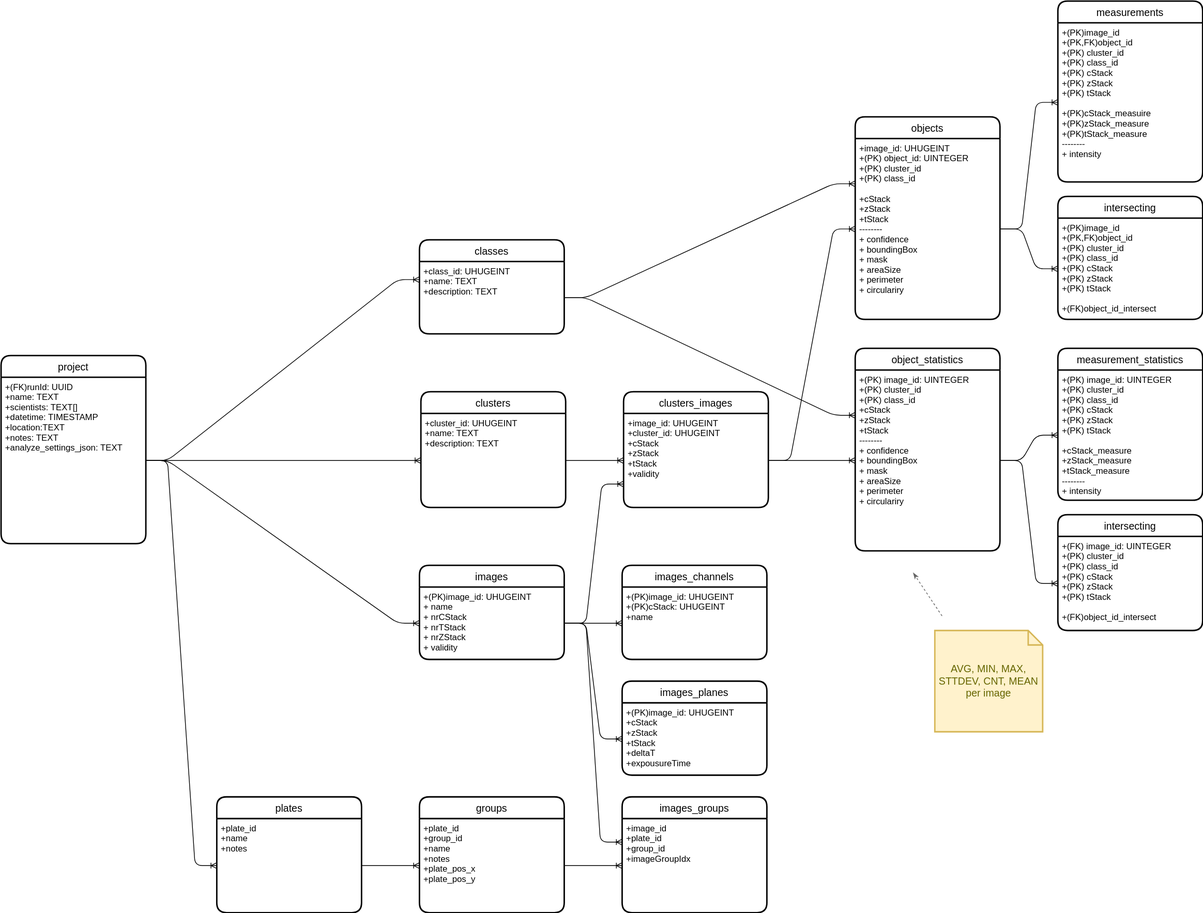
Above: doc/database_schema_new.drawio.svg in joda01/imagec (draw.io), before the change. Source tidied: cells renumbered, new cells last; positions are measured from the earlier drawing's top-left corner, leaving out a move shared by most shapes.
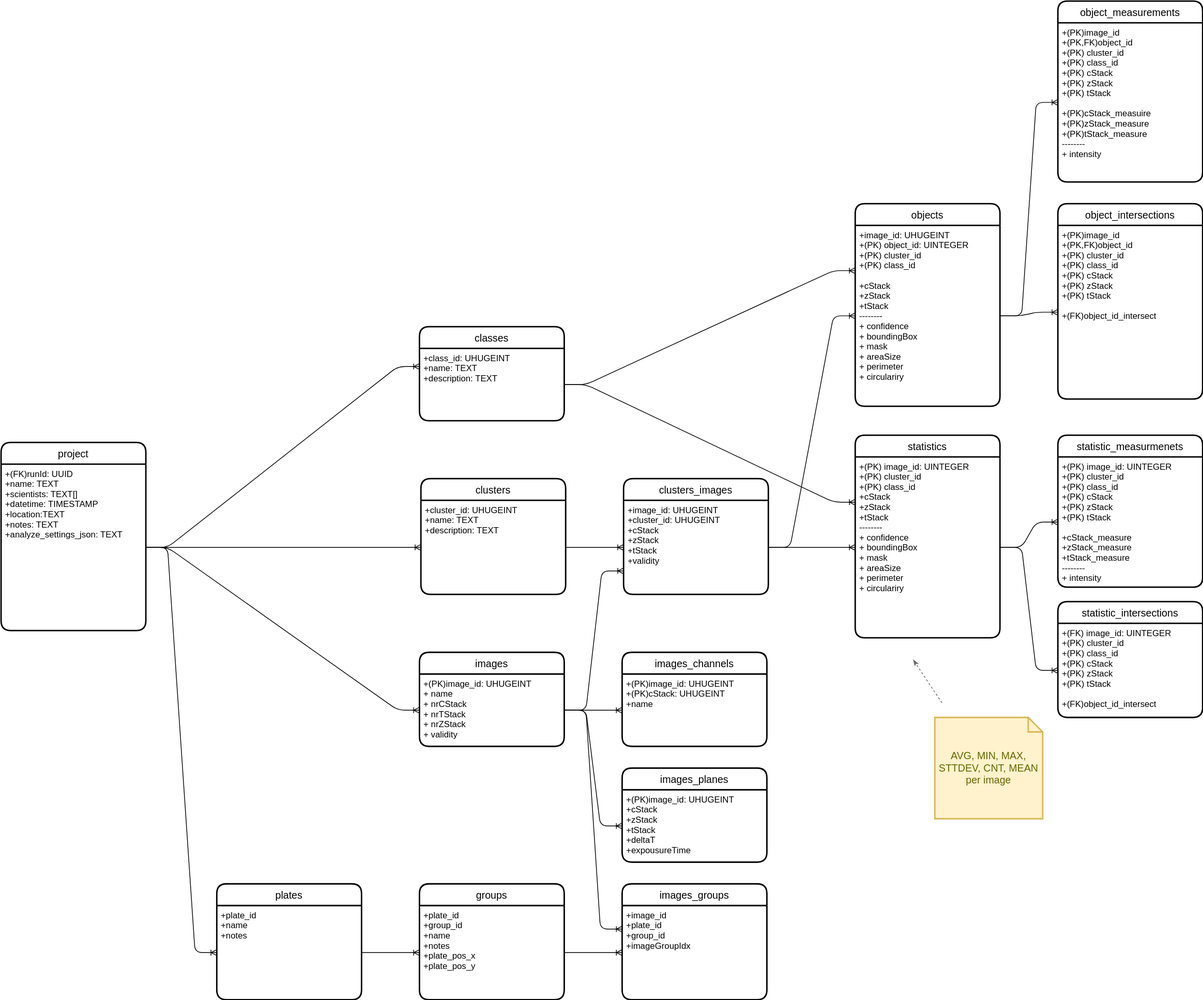
Later version of the same file.

Change to the diagram source:
```diff
@@ -20,8 +20,8 @@
     <mxCell id="7" value="+(FK)runId: UUID&#10;+name: TEXT&#10;+scientists: TEXT[]&#10;+datetime: TIMESTAMP&#10;+location:TEXT&#10;+notes: TEXT&#10;+analyze_settings_json: TEXT" style="align=left;strokeColor=none;fillColor=none;spacingLeft=4;fontSize=12;verticalAlign=top;fontStyle=0;" parent="6" vertex="1">
       <mxGeometry y="30" width="200" height="230" as="geometry" />
     </mxCell>
-    <mxCell id="8" value="measurements" style="swimlane;horizontal=1;startSize=30;rounded=1;fontSize=14;fontStyle=0;strokeWidth=2;shadow=0;dashed=0;align=center;" parent="1" vertex="1">
-      <mxGeometry x="1460" width="200" height="250" as="geometry" />
+    <mxCell id="8" value="object_measurements" style="swimlane;horizontal=1;startSize=30;rounded=1;fontSize=14;fontStyle=0;strokeWidth=2;shadow=0;dashed=0;align=center;" parent="1" vertex="1">
+      <mxGeometry x="1460" y="-120" width="200" height="250" as="geometry" />
     </mxCell>
     <mxCell id="9" value="+(PK)image_id&#10;+(PK,FK)object_id&#10;+(PK) cluster_id&#10;+(PK) class_id&#10;+(PK) cStack&#10;+(PK) zStack&#10;+(PK) tStack&#10;&#10;+(PK)cStack_measuire&#10;+(PK)zStack_measure&#10;+(PK)tStack_measure&#10;--------&#10;+ intensity" style="align=left;strokeColor=none;fillColor=none;spacingLeft=4;fontSize=12;verticalAlign=top;" parent="8" vertex="1">
       <mxGeometry y="30" width="200" height="220" as="geometry" />
@@ -86,13 +86,13 @@
     <mxCell id="29" style="edgeStyle=entityRelationEdgeStyle;fontSize=12;html=1;endArrow=ERoneToMany;exitX=1;exitY=0.5;exitDx=0;exitDy=0;entryX=0;entryY=0.25;entryDx=0;entryDy=0;" parent="1" edge="1" source="3" target="27">
       <mxGeometry relative="1" as="geometry" />
     </mxCell>
-    <mxCell id="30" value="object_statistics" style="swimlane;horizontal=1;startSize=30;rounded=1;fontSize=14;fontStyle=0;strokeWidth=2;shadow=0;dashed=0;align=center;" parent="1" vertex="1">
+    <mxCell id="30" value="statistics" style="swimlane;horizontal=1;startSize=30;rounded=1;fontSize=14;fontStyle=0;strokeWidth=2;shadow=0;dashed=0;align=center;" parent="1" vertex="1">
       <mxGeometry x="1180" y="480" width="200" height="280" as="geometry" />
     </mxCell>
     <mxCell id="31" value="+(PK) image_id: UINTEGER&#10;+(PK) cluster_id&#10;+(PK) class_id&#10;+cStack&#10;+zStack&#10;+tStack&#10;--------&#10;+ confidence&#10;+ boundingBox&#10;+ mask&#10;+ areaSize&#10;+ perimeter&#10;+ circulariry" style="align=left;strokeColor=none;fillColor=none;spacingLeft=4;fontSize=12;verticalAlign=top;" parent="30" vertex="1">
       <mxGeometry y="30" width="200" height="250" as="geometry" />
     </mxCell>
-    <mxCell id="32" value="measurement_statistics" style="swimlane;horizontal=1;startSize=30;rounded=1;fontSize=14;fontStyle=0;strokeWidth=2;shadow=0;dashed=0;align=center;" parent="1" vertex="1">
+    <mxCell id="32" value="statistic_measurmenets" style="swimlane;horizontal=1;startSize=30;rounded=1;fontSize=14;fontStyle=0;strokeWidth=2;shadow=0;dashed=0;align=center;" parent="1" vertex="1">
       <mxGeometry x="1460" y="480" width="200" height="210" as="geometry" />
     </mxCell>
     <mxCell id="33" value="+(PK) image_id: UINTEGER&#10;+(PK) cluster_id&#10;+(PK) class_id&#10;+(PK) cStack&#10;+(PK) zStack&#10;+(PK) tStack&#10;&#10;+cStack_measure&#10;+zStack_measure&#10;+tStack_measure&#10;--------&#10;+ intensity&#10;" style="align=left;strokeColor=none;fillColor=none;spacingLeft=4;fontSize=12;verticalAlign=top;" parent="32" vertex="1">
@@ -146,16 +146,16 @@
     <mxCell id="48" style="edgeStyle=entityRelationEdgeStyle;fontSize=12;html=1;endArrow=ERoneToMany;exitX=1;exitY=0.5;exitDx=0;exitDy=0;entryX=0;entryY=0.5;entryDx=0;entryDy=0;" parent="1" edge="1" source="7" target="36">
       <mxGeometry relative="1" as="geometry" />
     </mxCell>
-    <mxCell id="49" value="intersecting" style="swimlane;horizontal=1;startSize=30;rounded=1;fontSize=14;fontStyle=0;strokeWidth=2;shadow=0;dashed=0;align=center;" parent="1" vertex="1">
-      <mxGeometry x="1460" y="270" width="200" height="170" as="geometry" />
+    <mxCell id="49" value="object_intersections" style="swimlane;horizontal=1;startSize=30;rounded=1;fontSize=14;fontStyle=0;strokeWidth=2;shadow=0;dashed=0;align=center;" parent="1" vertex="1">
+      <mxGeometry x="1460" y="160" width="200" height="270" as="geometry" />
     </mxCell>
     <mxCell id="50" value="+(PK)image_id&#10;+(PK,FK)object_id&#10;+(PK) cluster_id&#10;+(PK) class_id&#10;+(PK) cStack&#10;+(PK) zStack&#10;+(PK) tStack&#10;&#10;+(FK)object_id_intersect" style="align=left;strokeColor=none;fillColor=none;spacingLeft=4;fontSize=12;verticalAlign=top;" parent="49" vertex="1">
-      <mxGeometry y="30" width="200" height="140" as="geometry" />
+      <mxGeometry y="30" width="200" height="240" as="geometry" />
     </mxCell>
     <mxCell id="51" style="edgeStyle=entityRelationEdgeStyle;fontSize=12;html=1;endArrow=ERoneToMany;exitX=1;exitY=0.5;exitDx=0;exitDy=0;entryX=0;entryY=0.5;entryDx=0;entryDy=0;" parent="1" edge="1" source="5" target="50">
       <mxGeometry relative="1" as="geometry" />
     </mxCell>
-    <mxCell id="52" value="intersecting" style="swimlane;horizontal=1;startSize=30;rounded=1;fontSize=14;fontStyle=0;strokeWidth=2;shadow=0;dashed=0;align=center;" parent="1" vertex="1">
+    <mxCell id="52" value="statistic_intersections" style="swimlane;horizontal=1;startSize=30;rounded=1;fontSize=14;fontStyle=0;strokeWidth=2;shadow=0;dashed=0;align=center;" parent="1" vertex="1">
       <mxGeometry x="1460" y="710" width="200" height="160" as="geometry" />
     </mxCell>
     <mxCell id="53" value="+(FK) image_id: UINTEGER&#10;+(PK) cluster_id&#10;+(PK) class_id&#10;+(PK) cStack&#10;+(PK) zStack&#10;+(PK) tStack&#10;&#10;+(FK)object_id_intersect" style="align=left;strokeColor=none;fillColor=none;spacingLeft=4;fontSize=12;verticalAlign=top;" parent="52" vertex="1">
```
